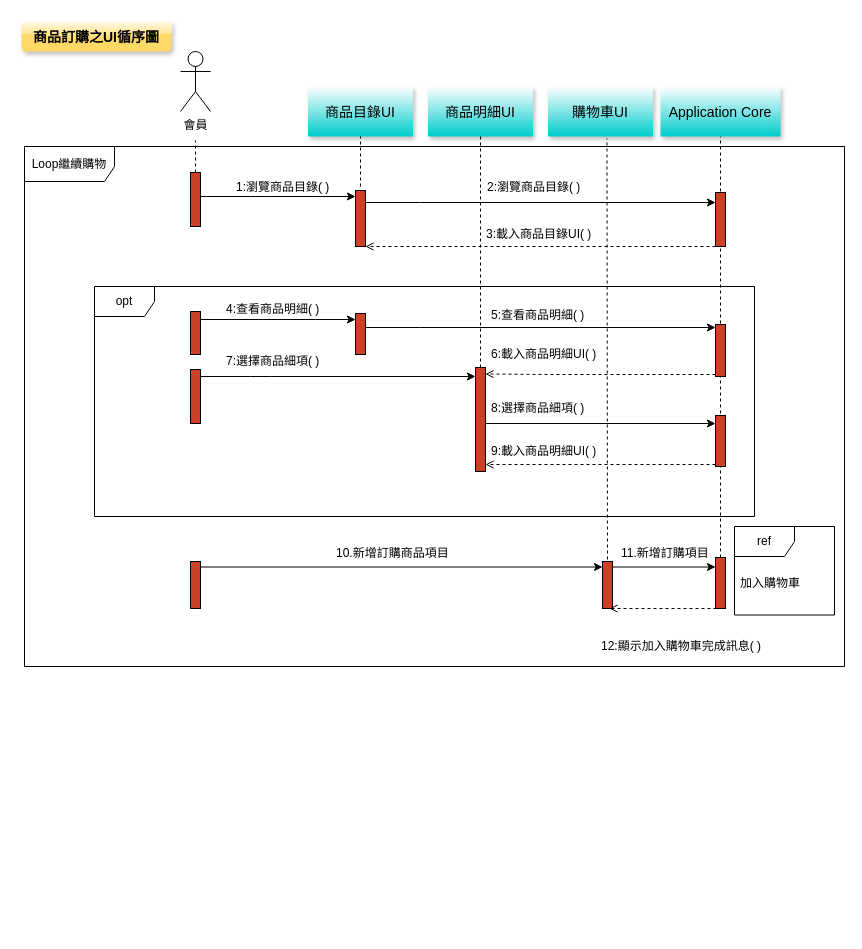
Earlier version of the draw.io diagram UI圖.drawio (odcs0320/blog). Source tidied: cells renumbered, new cells numbered last; positions are measured from the earlier drawing's top-left corner, leaving out a move shared by most shapes. Both pictures are drawn from the tidied source at 100%, with x=0, y=0 at pixel (21, 21).
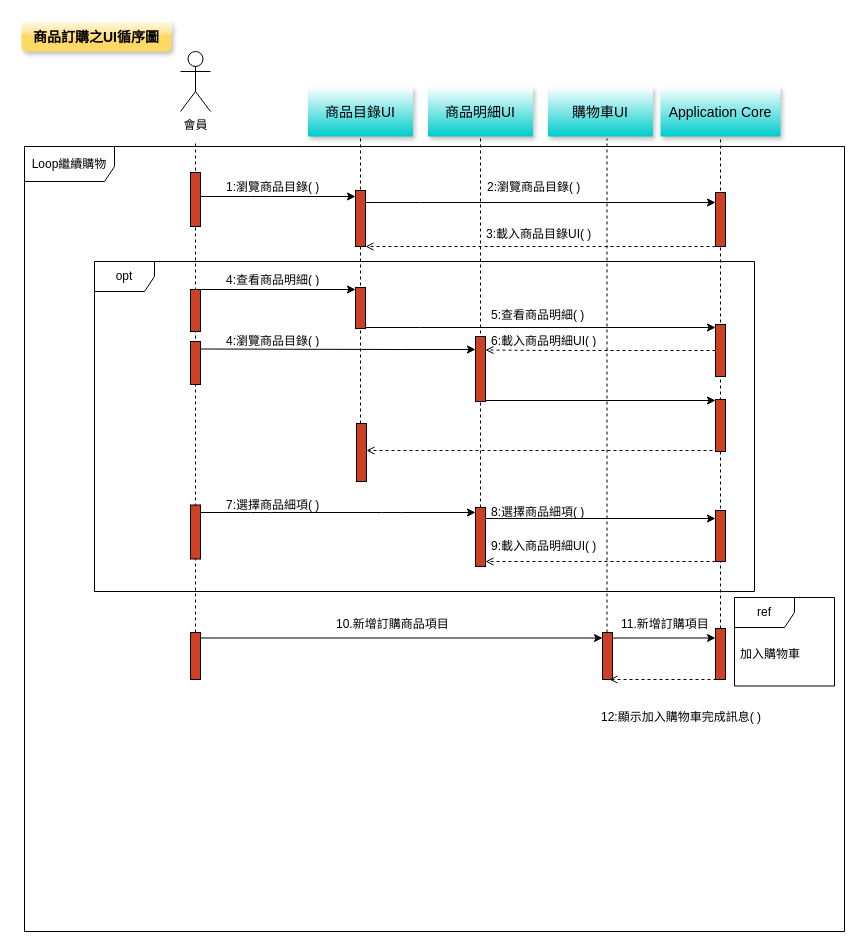
The same page after the edit.

Unchanged cells that the change refers to:
```xml
<mxCell id="5" style="html=1;points=[];perimeter=orthogonalPerimeter;outlineConnect=0;targetShapes=umlLifeline;portConstraint=eastwest;newEdgeStyle={&quot;edgeStyle&quot;:&quot;elbowEdgeStyle&quot;,&quot;elbow&quot;:&quot;vertical&quot;,&quot;curved&quot;:0,&quot;rounded&quot;:0};fillColor=#CC4125;" parent="1" vertex="1">
  <mxGeometry x="169" y="151" width="10" height="54" as="geometry" />
</mxCell>
<mxCell id="33" value="商品目錄UI" style="shadow=1;fillColor=#FFFFFF;strokeColor=none;gradientColor=#00CCCC;fontSize=14;" parent="1" vertex="1">
  <mxGeometry x="286.5" y="65" width="105" height="50" as="geometry" />
</mxCell>
<mxCell id="34" value="商品明細UI" style="shadow=1;fillColor=#FFFFFF;strokeColor=none;gradientColor=#00CCCC;fontSize=14;" parent="1" vertex="1">
  <mxGeometry x="406.5" y="65" width="105" height="50" as="geometry" />
</mxCell>
```

The edit, as a diff of the source:
```diff
@@
+    <mxCell id="6" style="html=1;verticalAlign=bottom;startArrow=none;endArrow=none;dashed=1;rounded=0;" parent="1" edge="1" source="25">
+      <mxGeometry relative="1" as="geometry">
+        <mxPoint x="174" y="119" as="targetPoint" />
+      </mxGeometry>
+    </mxCell>
+    <mxCell id="36" style="html=1;verticalAlign=bottom;startArrow=none;endArrow=none;dashed=1;rounded=0;entryX=0.5;entryY=1;entryDx=0;entryDy=0;" parent="1" edge="1" source="53" target="34">
+      <mxGeometry relative="1" as="geometry" />
+    </mxCell>
+    <mxCell id="37" style="html=1;verticalAlign=bottom;startArrow=none;endArrow=none;dashed=1;rounded=0;entryX=0.5;entryY=1;entryDx=0;entryDy=0;" parent="1" edge="1" source="60" target="33">
+      <mxGeometry relative="1" as="geometry" />
+    </mxCell>
-    <mxCell id="2" style="html=1;verticalAlign=bottom;startArrow=none;endArrow=none;dashed=1;rounded=0;entryX=0.5;entryY=1;entryDx=0;entryDy=0;" parent="1" edge="1">
+    <mxCell id="2" style="html=1;verticalAlign=bottom;startArrow=none;endArrow=none;dashed=1;rounded=0;entryX=0.5;entryY=1;entryDx=0;entryDy=0;" parent="1" edge="1" source="51">
       <mxGeometry relative="1" as="geometry">
-        <mxPoint x="586" y="550" as="sourcePoint" />
         <mxPoint x="585.5" y="117" as="targetPoint" />
       </mxGeometry>
     </mxCell>
@@
-    <mxCell id="6" style="html=1;verticalAlign=bottom;startArrow=none;endArrow=none;dashed=1;rounded=0;" parent="1" edge="1" source="5">
-      <mxGeometry relative="1" as="geometry">
-        <mxPoint x="174" y="119" as="targetPoint" />
-      </mxGeometry>
-    </mxCell>
     <mxCell id="7" value="1:瀏覽商品目錄( )" style="text;strokeColor=none;fillColor=none;align=left;verticalAlign=middle;spacingLeft=4;spacingRight=4;overflow=hidden;whiteSpace=wrap;html=1;" parent="1" vertex="1">
-      <mxGeometry x="209" y="151" width="110" height="30" as="geometry" />
+      <mxGeometry x="199" y="156.5" width="110" height="19" as="geometry" />
     </mxCell>
@@
     <mxCell id="15" style="html=1;perimeter=orthogonalPerimeter;targetShapes=umlLifeline;newEdgeStyle={&quot;edgeStyle&quot;:&quot;elbowEdgeStyle&quot;,&quot;elbow&quot;:&quot;vertical&quot;,&quot;curved&quot;:0,&quot;rounded&quot;:0};direction=west;fillColor=#CC4125;" parent="1" vertex="1">
-      <mxGeometry x="334" y="292" width="10" height="41" as="geometry" />
+      <mxGeometry x="334" y="266" width="10" height="41" as="geometry" />
     </mxCell>
     <mxCell id="16" style="html=1;perimeter=orthogonalPerimeter;targetShapes=umlLifeline;newEdgeStyle={&quot;edgeStyle&quot;:&quot;elbowEdgeStyle&quot;,&quot;elbow&quot;:&quot;vertical&quot;,&quot;curved&quot;:0,&quot;rounded&quot;:0};fillColor=#CC4125;" parent="1" vertex="1">
-      <mxGeometry x="169" y="290" width="10" height="43" as="geometry" />
+      <mxGeometry x="169" y="268" width="10" height="42" as="geometry" />
     </mxCell>
     <mxCell id="17" style="endArrow=classic;endFill=1;endSize=6;html=1;rounded=0;" parent="1" edge="1">
       <mxGeometry relative="1" as="geometry">
-        <mxPoint x="179" y="298" as="sourcePoint" />
-        <mxPoint x="334" y="298" as="targetPoint" />
+        <mxPoint x="179" y="268" as="sourcePoint" />
+        <mxPoint x="334" y="268" as="targetPoint" />
       </mxGeometry>
     </mxCell>
     <mxCell id="18" value="4:查看商品明細( )" style="text;strokeColor=none;fillColor=none;align=left;verticalAlign=middle;spacingLeft=4;spacingRight=4;overflow=hidden;whiteSpace=wrap;html=1;" parent="1" vertex="1">
-      <mxGeometry x="199" y="273" width="110" height="30" as="geometry" />
+      <mxGeometry x="199" y="249" width="110" height="17" as="geometry" />
     </mxCell>
@@
     <mxCell id="22" style="html=1;points=[];perimeter=orthogonalPerimeter;outlineConnect=0;targetShapes=umlLifeline;portConstraint=eastwest;newEdgeStyle={&quot;edgeStyle&quot;:&quot;elbowEdgeStyle&quot;,&quot;elbow&quot;:&quot;vertical&quot;,&quot;curved&quot;:0,&quot;rounded&quot;:0};direction=west;fillColor=#CC4125;" parent="1" vertex="1">
-      <mxGeometry x="454" y="346" width="10" height="104" as="geometry" />
+      <mxGeometry x="454" y="315" width="10" height="65" as="geometry" />
     </mxCell>
     <mxCell id="23" style="endArrow=open;endFill=1;endSize=6;html=1;rounded=0;dashed=1;" parent="1" edge="1">
       <mxGeometry relative="1" as="geometry">
-        <mxPoint x="694" y="353" as="sourcePoint" />
-        <mxPoint x="464" y="352.5" as="targetPoint" />
+        <mxPoint x="694" y="329" as="sourcePoint" />
+        <mxPoint x="464" y="328.5" as="targetPoint" />
         <Array as="points">
-          <mxPoint x="529" y="353" />
+          <mxPoint x="529" y="329" />
         </Array>
       </mxGeometry>
     </mxCell>
     <mxCell id="24" value="6:載入商品明細UI( )" style="text;strokeColor=none;fillColor=none;align=left;verticalAlign=middle;spacingLeft=4;spacingRight=4;overflow=hidden;whiteSpace=wrap;html=1;" parent="1" vertex="1">
-      <mxGeometry x="464" y="318" width="129.8" height="30" as="geometry" />
+      <mxGeometry x="464" y="310" width="129.8" height="17" as="geometry" />
     </mxCell>
     <mxCell id="25" style="html=1;points=[];perimeter=orthogonalPerimeter;outlineConnect=0;targetShapes=umlLifeline;portConstraint=eastwest;newEdgeStyle={&quot;edgeStyle&quot;:&quot;elbowEdgeStyle&quot;,&quot;elbow&quot;:&quot;vertical&quot;,&quot;curved&quot;:0,&quot;rounded&quot;:0};fillColor=#CC4125;" parent="1" vertex="1">
-      <mxGeometry x="169" y="540" width="10" height="47" as="geometry" />
+      <mxGeometry x="169" y="611" width="10" height="47" as="geometry" />
     </mxCell>
     <mxCell id="26" style="html=1;perimeter=orthogonalPerimeter;targetShapes=umlLifeline;newEdgeStyle={&quot;edgeStyle&quot;:&quot;elbowEdgeStyle&quot;,&quot;elbow&quot;:&quot;vertical&quot;,&quot;curved&quot;:0,&quot;rounded&quot;:0};fillColor=#CC4125;" parent="1" vertex="1">
-      <mxGeometry x="694" y="394" width="10" height="51" as="geometry" />
+      <mxGeometry x="694" y="489" width="10" height="51" as="geometry" />
     </mxCell>
     <mxCell id="27" style="endArrow=classic;endFill=1;endSize=6;html=1;rounded=0;" parent="1" edge="1" target="51">
       <mxGeometry relative="1" as="geometry">
-        <mxPoint x="179" y="545.5" as="sourcePoint" />
+        <mxPoint x="179" y="616.5" as="sourcePoint" />
       </mxGeometry>
     </mxCell>
     <mxCell id="28" style="endArrow=classic;endFill=1;endSize=6;html=1;rounded=0;" parent="1" edge="1">
       <mxGeometry relative="1" as="geometry">
-        <mxPoint x="464" y="402" as="sourcePoint" />
-        <mxPoint x="694" y="402" as="targetPoint" />
+        <mxPoint x="464" y="497" as="sourcePoint" />
+        <mxPoint x="694" y="497" as="targetPoint" />
       </mxGeometry>
     </mxCell>
     <mxCell id="29" value="10.新增訂購商品項目" style="text;strokeColor=none;fillColor=none;align=left;verticalAlign=middle;spacingLeft=4;spacingRight=4;overflow=hidden;whiteSpace=wrap;html=1;" parent="1" vertex="1">
-      <mxGeometry x="309" y="516.5" width="124" height="30" as="geometry" />
+      <mxGeometry x="309" y="587.5" width="124" height="30" as="geometry" />
     </mxCell>
     <mxCell id="30" value="8:選擇商品細項( )" style="text;strokeColor=none;fillColor=none;align=left;verticalAlign=middle;spacingLeft=4;spacingRight=4;overflow=hidden;whiteSpace=wrap;html=1;" parent="1" vertex="1">
-      <mxGeometry x="464" y="372" width="180" height="30" as="geometry" />
+      <mxGeometry x="464" y="476" width="180" height="30" as="geometry" />
     </mxCell>
     <mxCell id="31" value="opt" style="shape=umlFrame;whiteSpace=wrap;html=1;" parent="1" vertex="1">
-      <mxGeometry x="73" y="265" width="660" height="230" as="geometry" />
+      <mxGeometry x="73" y="240" width="660" height="330" as="geometry" />
     </mxCell>
     <mxCell id="32" value="Loop繼續購物" style="shape=umlFrame;whiteSpace=wrap;html=1;width=90;height=35;" parent="1" vertex="1">
-      <mxGeometry x="3" y="125" width="820" height="520" as="geometry" />
+      <mxGeometry x="3" y="125" width="820" height="785" as="geometry" />
     </mxCell>
@@
-    <mxCell id="36" style="html=1;verticalAlign=bottom;startArrow=none;endArrow=none;dashed=1;rounded=0;entryX=0.5;entryY=1;entryDx=0;entryDy=0;" parent="1" edge="1" source="22" target="34">
-      <mxGeometry relative="1" as="geometry" />
-    </mxCell>
-    <mxCell id="37" style="html=1;verticalAlign=bottom;startArrow=none;endArrow=none;dashed=1;rounded=0;entryX=0.5;entryY=1;entryDx=0;entryDy=0;" parent="1" edge="1" target="33">
-      <mxGeometry relative="1" as="geometry">
-        <mxPoint x="339" y="165" as="sourcePoint" />
-      </mxGeometry>
-    </mxCell>
@@
-    <mxCell id="39" style="endArrow=open;endFill=1;endSize=6;html=1;rounded=0;dashed=1;" parent="1" edge="1" target="22">
-      <mxGeometry relative="1" as="geometry">
-        <mxPoint x="694" y="443" as="sourcePoint" />
-        <Array as="points">
-          <mxPoint x="529" y="443" />
-        </Array>
-      </mxGeometry>
-    </mxCell>
     <mxCell id="40" value="9:載入商品明細UI( )" style="text;strokeColor=none;fillColor=none;align=left;verticalAlign=middle;spacingLeft=4;spacingRight=4;overflow=hidden;whiteSpace=wrap;html=1;" parent="1" vertex="1">
-      <mxGeometry x="464" y="415" width="170" height="30" as="geometry" />
+      <mxGeometry x="464" y="510" width="170" height="30" as="geometry" />
     </mxCell>
     <mxCell id="41" style="html=1;perimeter=orthogonalPerimeter;targetShapes=umlLifeline;newEdgeStyle={&quot;edgeStyle&quot;:&quot;elbowEdgeStyle&quot;,&quot;elbow&quot;:&quot;vertical&quot;,&quot;curved&quot;:0,&quot;rounded&quot;:0};fillColor=#CC4125;" parent="1" vertex="1">
-      <mxGeometry x="169" y="348" width="10" height="54" as="geometry" />
+      <mxGeometry x="169" y="483.5" width="10" height="54" as="geometry" />
     </mxCell>
     <mxCell id="42" value="7:選擇商品細項( )" style="text;strokeColor=none;fillColor=none;align=left;verticalAlign=middle;spacingLeft=4;spacingRight=4;overflow=hidden;whiteSpace=wrap;html=1;" parent="1" vertex="1">
-      <mxGeometry x="199" y="325" width="110" height="30" as="geometry" />
+      <mxGeometry x="199" y="473" width="110" height="21" as="geometry" />
     </mxCell>
-    <mxCell id="43" style="endArrow=classic;endFill=1;endSize=6;html=1;rounded=1;" parent="1" edge="1" target="22">
-      <mxGeometry relative="1" as="geometry">
-        <mxPoint x="179" y="355" as="sourcePoint" />
-        <Array as="points">
-          <mxPoint x="239" y="355" />
-        </Array>
-      </mxGeometry>
-    </mxCell>
     <mxCell id="44" style="html=1;points=[];perimeter=orthogonalPerimeter;outlineConnect=0;targetShapes=umlLifeline;portConstraint=eastwest;newEdgeStyle={&quot;edgeStyle&quot;:&quot;elbowEdgeStyle&quot;,&quot;elbow&quot;:&quot;vertical&quot;,&quot;curved&quot;:0,&quot;rounded&quot;:0};fillColor=#CC4125;" parent="1" vertex="1">
-      <mxGeometry x="694" y="536" width="10" height="51" as="geometry" />
+      <mxGeometry x="694" y="607" width="10" height="51" as="geometry" />
     </mxCell>
     <mxCell id="45" style="endArrow=classic;endFill=1;endSize=6;html=1;rounded=0;" parent="1" edge="1" target="44">
       <mxGeometry relative="1" as="geometry">
-        <mxPoint x="591" y="545.5" as="sourcePoint" />
+        <mxPoint x="591" y="616.5" as="sourcePoint" />
       </mxGeometry>
     </mxCell>
     <mxCell id="46" value="11.新增訂購項目" style="text;strokeColor=none;fillColor=none;align=left;verticalAlign=middle;spacingLeft=4;spacingRight=4;overflow=hidden;whiteSpace=wrap;html=1;" parent="1" vertex="1">
-      <mxGeometry x="594" y="516.5" width="110" height="30" as="geometry" />
+      <mxGeometry x="594" y="587.5" width="110" height="30" as="geometry" />
     </mxCell>
     <mxCell id="47" value="12:顯示加入購物車完成訊息( )" style="text;strokeColor=none;fillColor=none;align=left;verticalAlign=middle;spacingLeft=4;spacingRight=4;overflow=hidden;whiteSpace=wrap;html=1;" parent="1" vertex="1">
-      <mxGeometry x="574" y="610" width="171.5" height="30" as="geometry" />
+      <mxGeometry x="574" y="681" width="171.5" height="30" as="geometry" />
     </mxCell>
     <mxCell id="48" value="ref" style="shape=umlFrame;whiteSpace=wrap;html=1;" parent="1" vertex="1">
-      <mxGeometry x="713" y="505" width="100" height="88.5" as="geometry" />
+      <mxGeometry x="713" y="576" width="100" height="88.5" as="geometry" />
     </mxCell>
     <mxCell id="49" value="加入購物車" style="text;strokeColor=none;fillColor=none;align=left;verticalAlign=middle;spacingLeft=4;spacingRight=4;overflow=hidden;whiteSpace=wrap;html=1;" parent="1" vertex="1">
-      <mxGeometry x="713" y="546.5" width="70" height="30" as="geometry" />
+      <mxGeometry x="713" y="617.5" width="70" height="30" as="geometry" />
     </mxCell>
@@
     <mxCell id="51" style="html=1;points=[];perimeter=orthogonalPerimeter;outlineConnect=0;targetShapes=umlLifeline;portConstraint=eastwest;newEdgeStyle={&quot;edgeStyle&quot;:&quot;elbowEdgeStyle&quot;,&quot;elbow&quot;:&quot;vertical&quot;,&quot;curved&quot;:0,&quot;rounded&quot;:0};fillColor=#CC4125;" parent="1" vertex="1">
-      <mxGeometry x="581" y="540" width="10" height="47" as="geometry" />
+      <mxGeometry x="581" y="611" width="10" height="47" as="geometry" />
     </mxCell>
     <mxCell id="52" style="endArrow=open;endFill=1;endSize=6;html=1;rounded=0;dashed=1;" parent="1" edge="1">
       <mxGeometry relative="1" as="geometry">
-        <mxPoint x="695" y="587" as="sourcePoint" />
-        <mxPoint x="588" y="587" as="targetPoint" />
+        <mxPoint x="695" y="658" as="sourcePoint" />
+        <mxPoint x="588" y="658" as="targetPoint" />
       </mxGeometry>
     </mxCell>
+    <mxCell id="53" style="html=1;points=[];perimeter=orthogonalPerimeter;outlineConnect=0;targetShapes=umlLifeline;portConstraint=eastwest;newEdgeStyle={&quot;edgeStyle&quot;:&quot;elbowEdgeStyle&quot;,&quot;elbow&quot;:&quot;vertical&quot;,&quot;curved&quot;:0,&quot;rounded&quot;:0};direction=west;fillColor=#CC4125;" parent="1" vertex="1">
+      <mxGeometry x="454" y="486" width="10" height="59" as="geometry" />
+    </mxCell>
+    <mxCell id="54" style="endArrow=open;endFill=1;endSize=6;html=1;rounded=0;dashed=1;" parent="1" edge="1">
+      <mxGeometry relative="1" as="geometry">
+        <mxPoint x="694" y="540" as="sourcePoint" />
+        <mxPoint x="464" y="540" as="targetPoint" />
+        <Array as="points">
+          <mxPoint x="640" y="540" />
+          <mxPoint x="529" y="540" />
+        </Array>
+      </mxGeometry>
+    </mxCell>
+    <mxCell id="55" style="endArrow=classic;endFill=1;endSize=6;html=1;rounded=1;" parent="1" edge="1">
+      <mxGeometry relative="1" as="geometry">
+        <mxPoint x="179" y="491" as="sourcePoint" />
+        <mxPoint x="454" y="491" as="targetPoint" />
+        <Array as="points">
+          <mxPoint x="239" y="491" />
+          <mxPoint x="370" y="491" />
+        </Array>
+      </mxGeometry>
+    </mxCell>
+    <mxCell id="56" style="html=1;perimeter=orthogonalPerimeter;targetShapes=umlLifeline;newEdgeStyle={&quot;edgeStyle&quot;:&quot;elbowEdgeStyle&quot;,&quot;elbow&quot;:&quot;vertical&quot;,&quot;curved&quot;:0,&quot;rounded&quot;:0};fillColor=#CC4125;" parent="1" vertex="1">
+      <mxGeometry x="169" y="320" width="10" height="43" as="geometry" />
+    </mxCell>
+    <mxCell id="57" style="endArrow=classic;endFill=1;endSize=6;html=1;rounded=0;" parent="1" edge="1">
+      <mxGeometry relative="1" as="geometry">
+        <mxPoint x="179" y="327.5" as="sourcePoint" />
+        <mxPoint x="454" y="328" as="targetPoint" />
+        <Array as="points">
+          <mxPoint x="380" y="328" />
+        </Array>
+      </mxGeometry>
+    </mxCell>
+    <mxCell id="58" style="html=1;perimeter=orthogonalPerimeter;targetShapes=umlLifeline;newEdgeStyle={&quot;edgeStyle&quot;:&quot;elbowEdgeStyle&quot;,&quot;elbow&quot;:&quot;vertical&quot;,&quot;curved&quot;:0,&quot;rounded&quot;:0};fillColor=#CC4125;" parent="1" vertex="1">
+      <mxGeometry x="694" y="378" width="10" height="52" as="geometry" />
+    </mxCell>
+    <mxCell id="59" style="endArrow=classic;endFill=1;endSize=6;html=1;rounded=0;" parent="1" edge="1">
+      <mxGeometry relative="1" as="geometry">
+        <mxPoint x="464" y="379" as="sourcePoint" />
+        <mxPoint x="694" y="379" as="targetPoint" />
+      </mxGeometry>
+    </mxCell>
+    <mxCell id="60" style="html=1;points=[];perimeter=orthogonalPerimeter;outlineConnect=0;targetShapes=umlLifeline;portConstraint=eastwest;newEdgeStyle={&quot;edgeStyle&quot;:&quot;elbowEdgeStyle&quot;,&quot;elbow&quot;:&quot;vertical&quot;,&quot;curved&quot;:0,&quot;rounded&quot;:0};direction=west;fillColor=#CC4125;" parent="1" vertex="1">
+      <mxGeometry x="335" y="402" width="10" height="58" as="geometry" />
+    </mxCell>
+    <mxCell id="61" value="4:瀏覽商品目錄( )" style="text;strokeColor=none;fillColor=none;align=left;verticalAlign=middle;spacingLeft=4;spacingRight=4;overflow=hidden;whiteSpace=wrap;html=1;" parent="1" vertex="1">
+      <mxGeometry x="199" y="310" width="110" height="17" as="geometry" />
+    </mxCell>
+    <mxCell id="62" style="endArrow=open;endFill=1;endSize=6;html=1;rounded=0;dashed=1;" parent="1" edge="1" target="60">
+      <mxGeometry relative="1" as="geometry">
+        <mxPoint x="691" y="429" as="sourcePoint" />
+        <Array as="points">
+          <mxPoint x="637" y="429" />
+          <mxPoint x="526" y="429" />
+        </Array>
+      </mxGeometry>
+    </mxCell>
```
